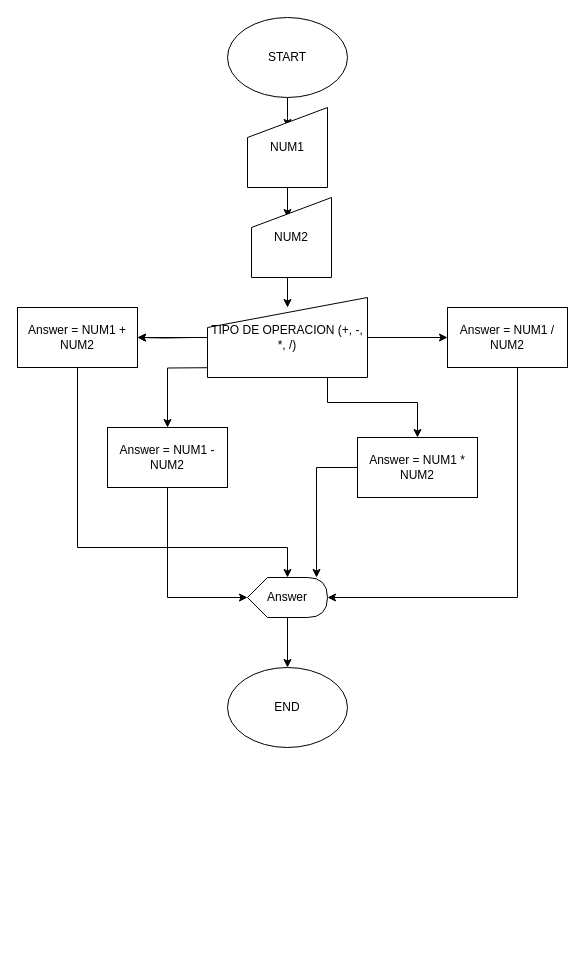
This is suma_operacionres.drawio from EdMyUrCo/Curso-Git-Github, a draw.io file, before an edit. Source tidied: cells renumbered, new cells numbered last; positions are measured from the earlier drawing's top-left corner, leaving out a move shared by most shapes. Both pictures are drawn from the tidied source at 100%, with x=0, y=0 at pixel (17, 17).
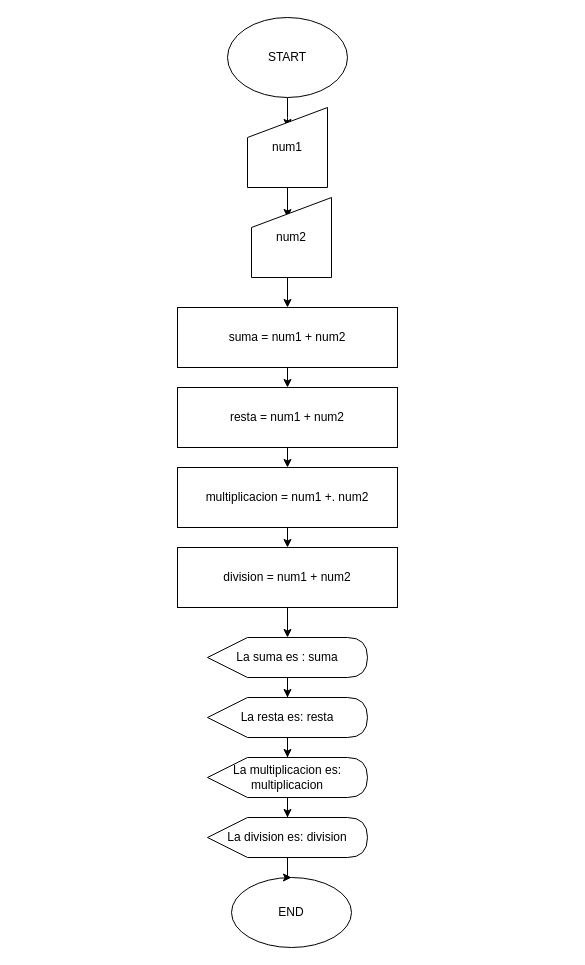
Above is the later version.

Diff of the diagram source:
```diff
@@
-    <mxCell id="6" style="edgeStyle=orthogonalEdgeStyle;rounded=0;jettySize=auto;html=1;exitX=0;exitY=0.5;exitDx=0;exitDy=0;entryX=1;entryY=0.5;entryDx=0;entryDy=0;" parent="1" edge="1" target="11">
-      <mxGeometry relative="1" as="geometry">
-        <mxPoint x="175" y="320" as="sourcePoint" />
-      </mxGeometry>
-    </mxCell>
-    <mxCell id="7" style="edgeStyle=orthogonalEdgeStyle;rounded=0;jettySize=auto;html=1;exitX=0.25;exitY=1;exitDx=0;exitDy=0;entryX=0.5;entryY=0;entryDx=0;entryDy=0;" parent="1" edge="1" target="13">
-      <mxGeometry relative="1" as="geometry">
-        <mxPoint x="217.5" y="350" as="sourcePoint" />
-      </mxGeometry>
-    </mxCell>
-    <mxCell id="8" style="edgeStyle=orthogonalEdgeStyle;rounded=0;jettySize=auto;html=1;entryX=0.5;entryY=0;entryDx=0;entryDy=0;" parent="1" edge="1" target="15">
-      <mxGeometry relative="1" as="geometry">
-        <mxPoint x="310" y="350" as="sourcePoint" />
-        <Array as="points">
-          <mxPoint x="310" y="385" />
-          <mxPoint x="400" y="385" />
-        </Array>
-      </mxGeometry>
-    </mxCell>
-    <mxCell id="9" style="edgeStyle=orthogonalEdgeStyle;rounded=0;jettySize=auto;html=1;exitX=1;exitY=0.5;exitDx=0;exitDy=0;" parent="1" edge="1" source="24" target="17">
-      <mxGeometry relative="1" as="geometry" />
-    </mxCell>
-    <mxCell id="10" style="edgeStyle=orthogonalEdgeStyle;rounded=0;jettySize=auto;html=1;" parent="1" edge="1" source="11" target="19">
-      <mxGeometry relative="1" as="geometry">
-        <Array as="points">
-          <mxPoint x="60" y="530" />
-          <mxPoint x="270" y="530" />
-        </Array>
-      </mxGeometry>
-    </mxCell>
+    <mxCell id="25" style="edgeStyle=orthogonalEdgeStyle;rounded=0;jettySize=auto;html=1;exitX=0.5;exitY=1;exitDx=0;exitDy=0;entryX=0.5;entryY=0;entryDx=0;entryDy=0;" parent="1" edge="1" source="11" target="13">
+      <mxGeometry relative="1" as="geometry" />
+    </mxCell>
-    <mxCell id="11" value="Answer = NUM1 + NUM2" style="rounded=0;whiteSpace=wrap;html=1;" parent="1" vertex="1">
-      <mxGeometry y="290" width="120" height="60" as="geometry" />
+    <mxCell id="11" value="suma = num1 + num2" style="rounded=0;whiteSpace=wrap;html=1;" parent="1" vertex="1">
+      <mxGeometry x="160" y="290" width="220" height="60" as="geometry" />
     </mxCell>
-    <mxCell id="12" style="edgeStyle=orthogonalEdgeStyle;rounded=0;jettySize=auto;html=1;exitX=0.5;exitY=1;exitDx=0;exitDy=0;entryX=0;entryY=0.5;entryDx=0;entryDy=0;entryPerimeter=0;" parent="1" edge="1" source="13" target="19">
-      <mxGeometry relative="1" as="geometry" />
-    </mxCell>
+    <mxCell id="26" style="edgeStyle=orthogonalEdgeStyle;rounded=0;jettySize=auto;html=1;exitX=0.5;exitY=1;exitDx=0;exitDy=0;entryX=0.5;entryY=0;entryDx=0;entryDy=0;" parent="1" edge="1" source="13" target="15">
+      <mxGeometry relative="1" as="geometry" />
+    </mxCell>
-    <mxCell id="13" value="Answer = NUM1 - NUM2" style="rounded=0;whiteSpace=wrap;html=1;" parent="1" vertex="1">
-      <mxGeometry x="90" y="410" width="120" height="60" as="geometry" />
+    <mxCell id="13" value="resta = num1 + num2" style="rounded=0;whiteSpace=wrap;html=1;" parent="1" vertex="1">
+      <mxGeometry x="160" y="370" width="220" height="60" as="geometry" />
     </mxCell>
-    <mxCell id="14" style="edgeStyle=orthogonalEdgeStyle;rounded=0;jettySize=auto;html=1;entryX=0.863;entryY=0;entryDx=0;entryDy=0;entryPerimeter=0;" parent="1" edge="1" source="15" target="19">
-      <mxGeometry relative="1" as="geometry" />
-    </mxCell>
+    <mxCell id="27" style="edgeStyle=orthogonalEdgeStyle;rounded=0;jettySize=auto;html=1;exitX=0.5;exitY=1;exitDx=0;exitDy=0;entryX=0.5;entryY=0;entryDx=0;entryDy=0;" parent="1" edge="1" source="15" target="17">
+      <mxGeometry relative="1" as="geometry" />
+    </mxCell>
-    <mxCell id="15" value="Answer = NUM1 * NUM2" style="rounded=0;whiteSpace=wrap;html=1;" parent="1" vertex="1">
-      <mxGeometry x="340" y="420" width="120" height="60" as="geometry" />
+    <mxCell id="15" value="multiplicacion = num1 +. num2" style="rounded=0;whiteSpace=wrap;html=1;" parent="1" vertex="1">
+      <mxGeometry x="160" y="450" width="220" height="60" as="geometry" />
     </mxCell>
-    <mxCell id="16" style="edgeStyle=orthogonalEdgeStyle;rounded=0;jettySize=auto;html=1;entryX=1;entryY=0.5;entryDx=0;entryDy=0;entryPerimeter=0;" parent="1" edge="1" source="17" target="19">
-      <mxGeometry relative="1" as="geometry">
-        <Array as="points">
-          <mxPoint x="500" y="580" />
-        </Array>
-      </mxGeometry>
+    <mxCell id="16" style="edgeStyle=orthogonalEdgeStyle;rounded=0;jettySize=auto;html=1;exitX=0.5;exitY=1;exitDx=0;exitDy=0;" parent="1" edge="1" source="17" target="19">
+      <mxGeometry relative="1" as="geometry" />
     </mxCell>
-    <mxCell id="17" value="Answer = NUM1 / NUM2" style="rounded=0;whiteSpace=wrap;html=1;" parent="1" vertex="1">
-      <mxGeometry x="430" y="290" width="120" height="60" as="geometry" />
+    <mxCell id="17" value="division = num1 + num2" style="rounded=0;whiteSpace=wrap;html=1;" parent="1" vertex="1">
+      <mxGeometry x="160" y="530" width="220" height="60" as="geometry" />
     </mxCell>
-    <mxCell id="18" style="edgeStyle=orthogonalEdgeStyle;rounded=0;jettySize=auto;html=1;" parent="1" edge="1" source="19" target="20">
-      <mxGeometry relative="1" as="geometry" />
-    </mxCell>
+    <mxCell id="28" style="edgeStyle=orthogonalEdgeStyle;rounded=0;jettySize=auto;html=1;" parent="1" edge="1" source="19" target="30">
+      <mxGeometry relative="1" as="geometry" />
+    </mxCell>
-    <mxCell id="19" value="Answer" style="shape=display;whiteSpace=wrap;html=1;" parent="1" vertex="1">
-      <mxGeometry x="230" y="560" width="80" height="40" as="geometry" />
+    <mxCell id="19" value="La suma es : suma" style="shape=display;whiteSpace=wrap;html=1;" parent="1" vertex="1">
+      <mxGeometry x="190" y="620" width="160" height="40" as="geometry" />
     </mxCell>
     <mxCell id="20" value="END&lt;br&gt;" style="ellipse;whiteSpace=wrap;html=1;" parent="1" vertex="1">
-      <mxGeometry x="210" y="650" width="120" height="80" as="geometry" />
+      <mxGeometry x="214" y="860" width="120" height="70" as="geometry" />
     </mxCell>
-    <mxCell id="21" value="NUM1" style="shape=manualInput;whiteSpace=wrap;html=1;" parent="1" vertex="1">
+    <mxCell id="21" value="num1" style="shape=manualInput;whiteSpace=wrap;html=1;" parent="1" vertex="1">
       <mxGeometry x="230" y="90" width="80" height="80" as="geometry" />
     </mxCell>
-    <mxCell id="22" value="NUM2" style="shape=manualInput;whiteSpace=wrap;html=1;" parent="1" vertex="1">
+    <mxCell id="22" value="num2" style="shape=manualInput;whiteSpace=wrap;html=1;" parent="1" vertex="1">
       <mxGeometry x="234" y="180" width="80" height="80" as="geometry" />
     </mxCell>
-    <mxCell id="23" style="edgeStyle=orthogonalEdgeStyle;rounded=0;jettySize=auto;html=1;" parent="1" edge="1" source="24" target="11">
-      <mxGeometry relative="1" as="geometry" />
-    </mxCell>
-    <mxCell id="24" value="&lt;span&gt;TIPO DE OPERACION (+, -, *, /)&lt;/span&gt;" style="shape=manualInput;whiteSpace=wrap;html=1;" parent="1" vertex="1">
-      <mxGeometry x="190" y="280" width="160" height="80" as="geometry" />
-    </mxCell>
+    <mxCell id="29" style="edgeStyle=orthogonalEdgeStyle;rounded=0;jettySize=auto;html=1;" parent="1" edge="1" source="30" target="32">
+      <mxGeometry relative="1" as="geometry" />
+    </mxCell>
+    <mxCell id="30" value="La resta es: resta" style="shape=display;whiteSpace=wrap;html=1;" parent="1" vertex="1">
+      <mxGeometry x="190" y="680" width="160" height="40" as="geometry" />
+    </mxCell>
+    <mxCell id="31" style="edgeStyle=orthogonalEdgeStyle;rounded=0;jettySize=auto;html=1;" parent="1" edge="1" source="32" target="34">
+      <mxGeometry relative="1" as="geometry" />
+    </mxCell>
+    <mxCell id="32" value="La multiplicacion es: multiplicacion" style="shape=display;whiteSpace=wrap;html=1;" parent="1" vertex="1">
+      <mxGeometry x="190" y="740" width="160" height="40" as="geometry" />
+    </mxCell>
+    <mxCell id="33" style="edgeStyle=orthogonalEdgeStyle;rounded=0;jettySize=auto;html=1;" parent="1" edge="1" source="34" target="20">
+      <mxGeometry relative="1" as="geometry" />
+    </mxCell>
+    <mxCell id="34" value="La division es: division" style="shape=display;whiteSpace=wrap;html=1;" parent="1" vertex="1">
+      <mxGeometry x="190" y="800" width="160" height="40" as="geometry" />
+    </mxCell>
```
